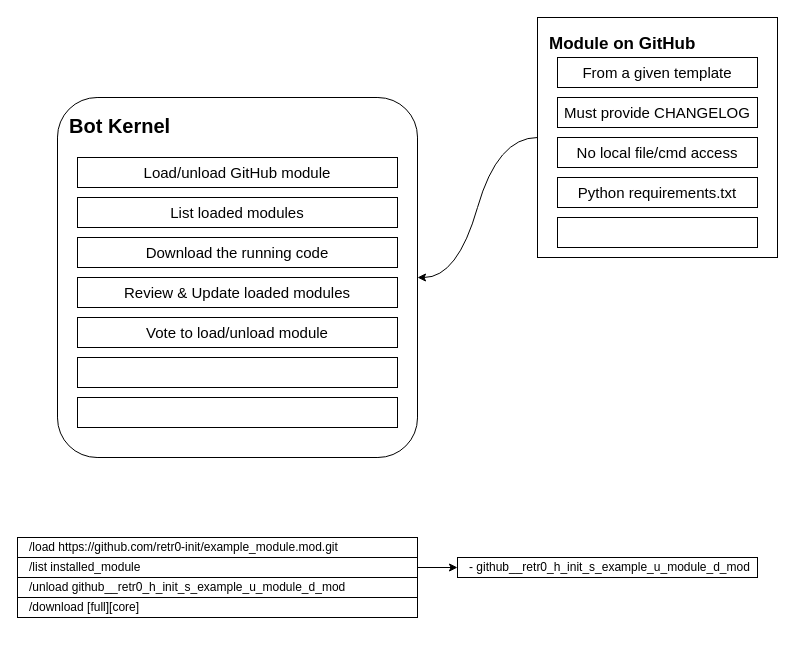
The draw.io diagram discord-bot-framework-en.drawio in retr0-init/discord-bot-framework-doc, before the edit. Source tidied: cells renumbered, new cells numbered last; positions are measured from the earlier drawing's top-left corner, leaving out a move shared by most shapes. Both pictures are drawn from the tidied source at 100%, with x=0, y=0 at pixel (17, 17).
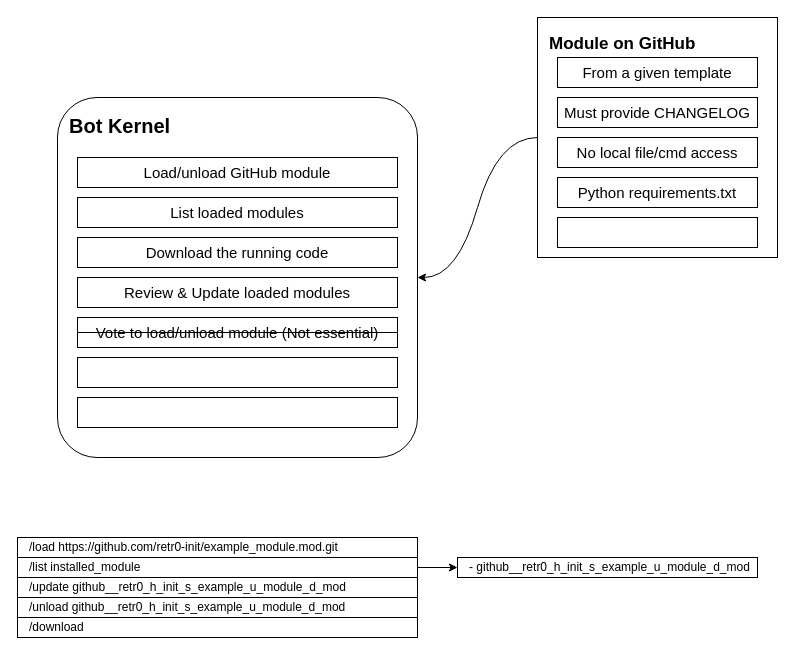
The same diagram, later.

Commit message (it also covers changes not shown here):
Added update command. Remove unnecessary command: vote.

Diff of the diagram source:
```diff
@@
-    <mxCell id="8" value="Vote to load/unload module" style="rounded=0;whiteSpace=wrap;html=1;fontSize=15;" parent="1" vertex="1">
+    <mxCell id="8" value="Vote to load/unload module (Not essential)" style="rounded=0;whiteSpace=wrap;html=1;fontSize=15;" parent="1" vertex="1">
       <mxGeometry x="60" y="300" width="320" height="30" as="geometry" />
     </mxCell>
@@
     <mxCell id="20" value="/unload github__retr0_h_init_s_example_u_module_d_mod" style="rounded=0;whiteSpace=wrap;html=1;align=left;spacingLeft=10;" parent="1" vertex="1">
-      <mxGeometry y="560" width="400" height="20" as="geometry" />
+      <mxGeometry y="580" width="400" height="20" as="geometry" />
     </mxCell>
-    <mxCell id="21" value="/download [full][core]" style="rounded=0;whiteSpace=wrap;html=1;align=left;spacingLeft=10;" parent="1" vertex="1">
-      <mxGeometry y="580" width="400" height="20" as="geometry" />
+    <mxCell id="21" value="/download" style="rounded=0;whiteSpace=wrap;html=1;align=left;spacingLeft=10;" parent="1" vertex="1">
+      <mxGeometry y="600" width="400" height="20" as="geometry" />
     </mxCell>
@@
+    <mxCell id="23" style="endArrow=none;html=1;rounded=0;exitX=0;exitY=0.5;exitDx=0;exitDy=0;entryX=1;entryY=0.5;entryDx=0;entryDy=0;" parent="1" edge="1" source="8" target="8">
+      <mxGeometry relative="1" as="geometry" />
+    </mxCell>
+    <mxCell id="24" value="/update github__retr0_h_init_s_example_u_module_d_mod" style="rounded=0;whiteSpace=wrap;html=1;align=left;spacingLeft=10;" parent="1" vertex="1">
+      <mxGeometry y="560" width="400" height="20" as="geometry" />
+    </mxCell>
```
